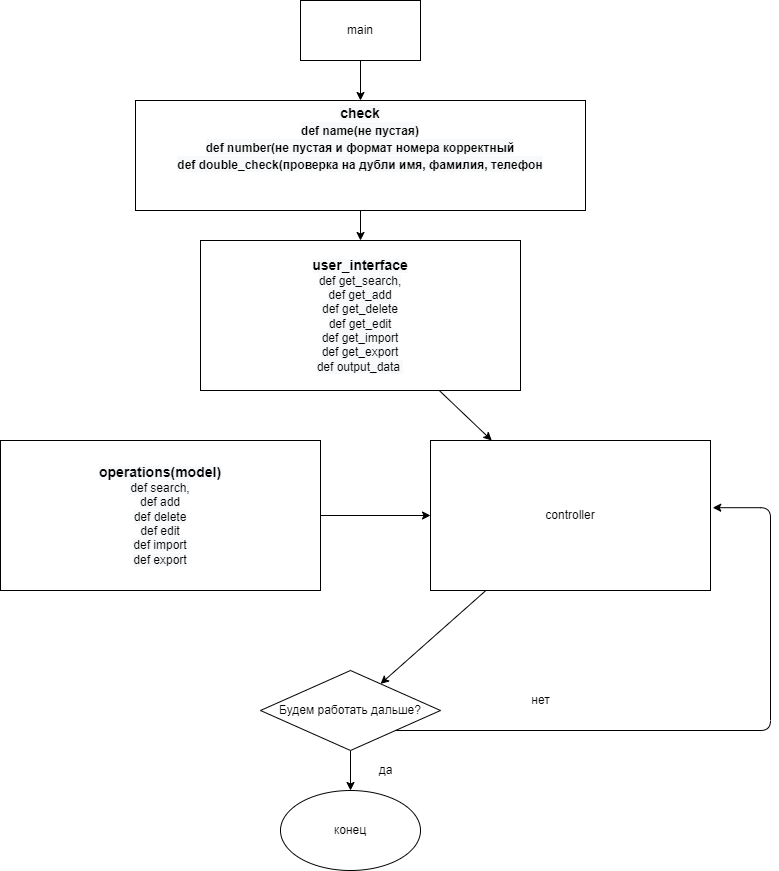
The draw.io diagram schema.drawio.png in Oxima0110/phonebook_teamwork, before a commit. Source tidied: cells renumbered, new cells last; positions are measured from the earlier drawing's top-left corner, leaving out a move shared by most shapes.
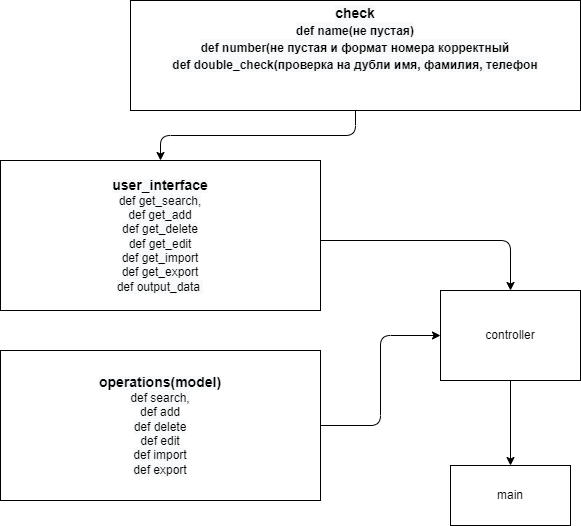
Later version of the same file.

What changed in the source:
```diff
@@ -2,58 +2,36 @@
   <root>
     <mxCell id="0" />
     <mxCell id="1" parent="0" />
-    <mxCell id="2" style="edgeStyle=none;html=1;" parent="1" edge="1" source="3" target="5">
-      <mxGeometry relative="1" as="geometry" />
-    </mxCell>
-    <mxCell id="3" value="main" style="rounded=0;whiteSpace=wrap;html=1;" parent="1" vertex="1">
-      <mxGeometry x="300" width="120" height="60" as="geometry" />
-    </mxCell>
-    <mxCell id="4" style="edgeStyle=none;html=1;" parent="1" edge="1" source="5" target="7">
+    <mxCell id="4" style="edgeStyle=orthogonalEdgeStyle;html=1;" parent="1" edge="1" source="5" target="7">
       <mxGeometry relative="1" as="geometry" />
     </mxCell>
     <mxCell id="5" value="&lt;b style=&quot;color: rgb(0 , 0 , 0) ; font-size: 14px ; background-color: rgb(248 , 249 , 250)&quot;&gt;check&lt;br&gt;&lt;font style=&quot;font-size: 12px&quot;&gt;def name(не пустая)&lt;br&gt;def number(не пустая и формат номера корректный&lt;br&gt;def double_check(проверка на дубли имя, фамилия, телефон&lt;br&gt;&lt;/font&gt;&lt;br&gt;&lt;br&gt;&lt;/b&gt;" style="rounded=0;whiteSpace=wrap;html=1;" parent="1" vertex="1">
-      <mxGeometry x="135" y="100" width="450" height="110" as="geometry" />
+      <mxGeometry x="130" y="90" width="450" height="110" as="geometry" />
     </mxCell>
-    <mxCell id="6" style="edgeStyle=none;html=1;" parent="1" edge="1" source="7" target="11">
-      <mxGeometry relative="1" as="geometry" />
+    <mxCell id="6" style="edgeStyle=orthogonalEdgeStyle;html=1;entryX=0.5;entryY=0;entryDx=0;entryDy=0;" parent="1" edge="1" source="7" target="11">
+      <mxGeometry relative="1" as="geometry">
+        <Array as="points">
+          <mxPoint x="510" y="330" />
+        </Array>
+      </mxGeometry>
     </mxCell>
     <mxCell id="7" value="&lt;b style=&quot;color: rgb(0 , 0 , 0) ; background-color: rgb(248 , 249 , 250)&quot;&gt;&lt;font style=&quot;font-size: 14px&quot;&gt;user_interface&lt;/font&gt;&lt;/b&gt;&lt;br style=&quot;color: rgb(0 , 0 , 0) ; background-color: rgb(248 , 249 , 250)&quot;&gt;&lt;span style=&quot;color: rgb(0 , 0 , 0) ; background-color: rgb(248 , 249 , 250)&quot;&gt;def get_search,&lt;/span&gt;&lt;br style=&quot;color: rgb(0 , 0 , 0) ; background-color: rgb(248 , 249 , 250)&quot;&gt;&lt;span style=&quot;color: rgb(0 , 0 , 0) ; background-color: rgb(248 , 249 , 250)&quot;&gt;def get_add&lt;/span&gt;&lt;br style=&quot;color: rgb(0 , 0 , 0) ; background-color: rgb(248 , 249 , 250)&quot;&gt;&lt;span style=&quot;color: rgb(0 , 0 , 0) ; background-color: rgb(248 , 249 , 250)&quot;&gt;def get_delete&lt;/span&gt;&lt;br style=&quot;color: rgb(0 , 0 , 0) ; background-color: rgb(248 , 249 , 250)&quot;&gt;&lt;span style=&quot;color: rgb(0 , 0 , 0) ; background-color: rgb(248 , 249 , 250)&quot;&gt;def get_edit&lt;/span&gt;&lt;br style=&quot;color: rgb(0 , 0 , 0) ; background-color: rgb(248 , 249 , 250)&quot;&gt;&lt;span style=&quot;color: rgb(0 , 0 , 0) ; background-color: rgb(248 , 249 , 250)&quot;&gt;def get_import&lt;/span&gt;&lt;br style=&quot;color: rgb(0 , 0 , 0) ; background-color: rgb(248 , 249 , 250)&quot;&gt;&lt;span style=&quot;color: rgb(0 , 0 , 0) ; background-color: rgb(248 , 249 , 250)&quot;&gt;def get_export&lt;/span&gt;&lt;br style=&quot;color: rgb(0 , 0 , 0) ; background-color: rgb(248 , 249 , 250)&quot;&gt;&lt;span style=&quot;color: rgb(0 , 0 , 0) ; background-color: rgb(248 , 249 , 250)&quot;&gt;def output_data&amp;nbsp;&lt;/span&gt;" style="rounded=0;whiteSpace=wrap;html=1;labelBackgroundColor=none;" parent="1" vertex="1">
-      <mxGeometry x="200" y="240" width="320" height="150" as="geometry" />
+      <mxGeometry y="250" width="320" height="150" as="geometry" />
     </mxCell>
-    <mxCell id="8" style="edgeStyle=none;html=1;" parent="1" edge="1" source="9" target="11">
+    <mxCell id="8" style="edgeStyle=orthogonalEdgeStyle;html=1;entryX=0;entryY=0.5;entryDx=0;entryDy=0;" parent="1" edge="1" source="9" target="11">
       <mxGeometry relative="1" as="geometry" />
     </mxCell>
     <mxCell id="9" value="&lt;b style=&quot;color: rgb(0 , 0 , 0) ; background-color: rgb(248 , 249 , 250)&quot;&gt;&lt;font style=&quot;font-size: 14px&quot;&gt;operations(model)&lt;/font&gt;&lt;/b&gt;&lt;br style=&quot;color: rgb(0 , 0 , 0) ; background-color: rgb(248 , 249 , 250)&quot;&gt;&lt;span style=&quot;color: rgb(0 , 0 , 0) ; background-color: rgb(248 , 249 , 250)&quot;&gt;def search,&lt;/span&gt;&lt;br style=&quot;color: rgb(0 , 0 , 0) ; background-color: rgb(248 , 249 , 250)&quot;&gt;&lt;span style=&quot;color: rgb(0 , 0 , 0) ; background-color: rgb(248 , 249 , 250)&quot;&gt;def add&lt;/span&gt;&lt;br style=&quot;color: rgb(0 , 0 , 0) ; background-color: rgb(248 , 249 , 250)&quot;&gt;&lt;span style=&quot;color: rgb(0 , 0 , 0) ; background-color: rgb(248 , 249 , 250)&quot;&gt;def delete&lt;/span&gt;&lt;br style=&quot;color: rgb(0 , 0 , 0) ; background-color: rgb(248 , 249 , 250)&quot;&gt;&lt;span style=&quot;color: rgb(0 , 0 , 0) ; background-color: rgb(248 , 249 , 250)&quot;&gt;def edit&lt;/span&gt;&lt;br style=&quot;color: rgb(0 , 0 , 0) ; background-color: rgb(248 , 249 , 250)&quot;&gt;&lt;span style=&quot;color: rgb(0 , 0 , 0) ; background-color: rgb(248 , 249 , 250)&quot;&gt;def import&lt;/span&gt;&lt;br style=&quot;color: rgb(0 , 0 , 0) ; background-color: rgb(248 , 249 , 250)&quot;&gt;&lt;span style=&quot;color: rgb(0 , 0 , 0) ; background-color: rgb(248 , 249 , 250)&quot;&gt;def export&lt;/span&gt;" style="rounded=0;whiteSpace=wrap;html=1;labelBackgroundColor=none;" parent="1" vertex="1">
       <mxGeometry y="440" width="320" height="150" as="geometry" />
     </mxCell>
-    <mxCell id="10" style="edgeStyle=none;html=1;" parent="1" edge="1" source="11" target="14">
-      <mxGeometry relative="1" as="geometry" />
-    </mxCell>
+    <mxCell id="18" style="edgeStyle=none;html=1;" parent="1" edge="1" source="11" target="3">
+      <mxGeometry relative="1" as="geometry" />
+    </mxCell>
     <mxCell id="11" value="controller" style="rounded=0;whiteSpace=wrap;html=1;fontSize=12;" parent="1" vertex="1">
-      <mxGeometry x="430" y="440" width="280" height="150" as="geometry" />
+      <mxGeometry x="440" y="380" width="140" height="90" as="geometry" />
     </mxCell>
-    <mxCell id="12" style="edgeStyle=orthogonalEdgeStyle;html=1;entryX=1.008;entryY=0.448;entryDx=0;entryDy=0;entryPerimeter=0;" parent="1" edge="1" source="14" target="11">
-      <mxGeometry relative="1" as="geometry">
-        <Array as="points">
-          <mxPoint x="770" y="730" />
-          <mxPoint x="770" y="507" />
-        </Array>
-      </mxGeometry>
-    </mxCell>
-    <mxCell id="13" style="edgeStyle=orthogonalEdgeStyle;html=1;" parent="1" edge="1" source="14" target="15">
-      <mxGeometry relative="1" as="geometry" />
-    </mxCell>
-    <mxCell id="14" value="Будем работать дальше?" style="rhombus;whiteSpace=wrap;html=1;labelBackgroundColor=none;" parent="1" vertex="1">
-      <mxGeometry x="260" y="670" width="180" height="80" as="geometry" />
-    </mxCell>
-    <mxCell id="15" value="конец" style="ellipse;whiteSpace=wrap;html=1;labelBackgroundColor=none;" parent="1" vertex="1">
-      <mxGeometry x="280" y="790" width="140" height="80" as="geometry" />
-    </mxCell>
-    <mxCell id="16" value="нет&lt;br&gt;" style="text;html=1;align=center;verticalAlign=middle;strokeColor=none;fillColor=none;" parent="1" vertex="1">
-      <mxGeometry x="525" y="690" width="30" height="20" as="geometry" />
-    </mxCell>
-    <mxCell id="17" value="да" style="text;html=1;align=center;verticalAlign=middle;strokeColor=none;fillColor=none;" parent="1" vertex="1">
-      <mxGeometry x="370" y="760" width="30" height="20" as="geometry" />
-    </mxCell>
+    <mxCell id="3" value="main" style="rounded=0;whiteSpace=wrap;html=1;" parent="1" vertex="1">
+      <mxGeometry x="450" y="555" width="120" height="60" as="geometry" />
+    </mxCell>
   </root>
 </mxGraphModel>
```
